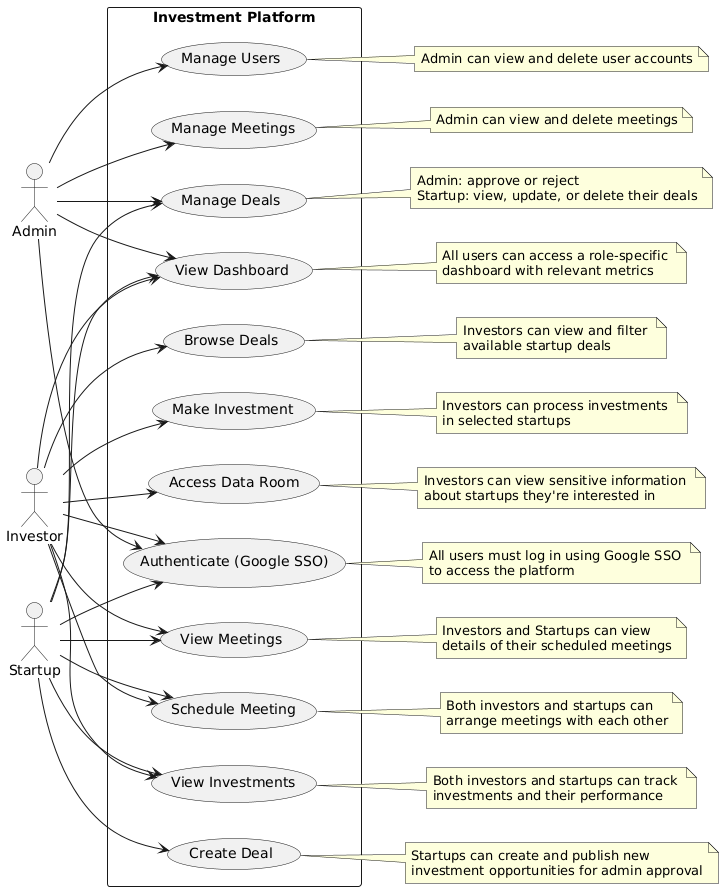
Before: assets/images/use_case_diagram.png, a diagram exported from PlantUML (B2D-Ventures/b2d-ventures-docs).
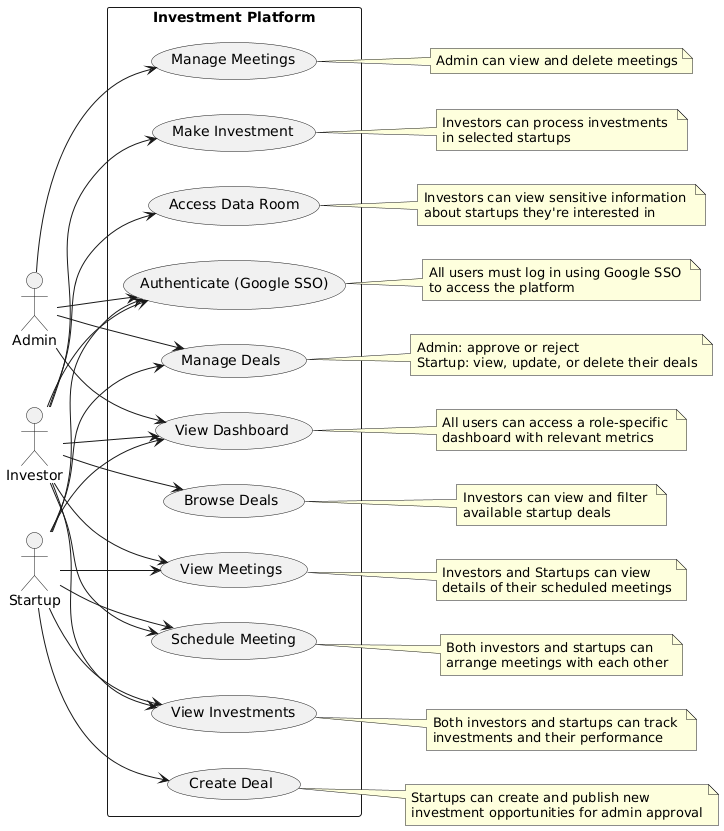
Above is the later version.

Commit message:
updated use case diagram

What changed in the source:
```diff
@@ -5,7 +5,6 @@
 actor "Startup" as startup
 
 rectangle "Investment Platform" {
-  usecase "Manage Users" as UC1
   usecase "Manage Deals" as UC2
   usecase "Manage Meetings" as UC3
   usecase "View Meetings" as UC4
@@ -19,7 +18,6 @@
   usecase "Authenticate (Google SSO)" as UC12
 }
 
-admin --> UC1
 admin --> UC2
 admin --> UC3
 admin --> UC5
@@ -42,9 +40,6 @@
 startup --> UC11
 startup --> UC12
 
-note right of UC1
-  Admin can view and delete user accounts
-end note
 
 note right of UC2
   Admin: approve or reject
```
